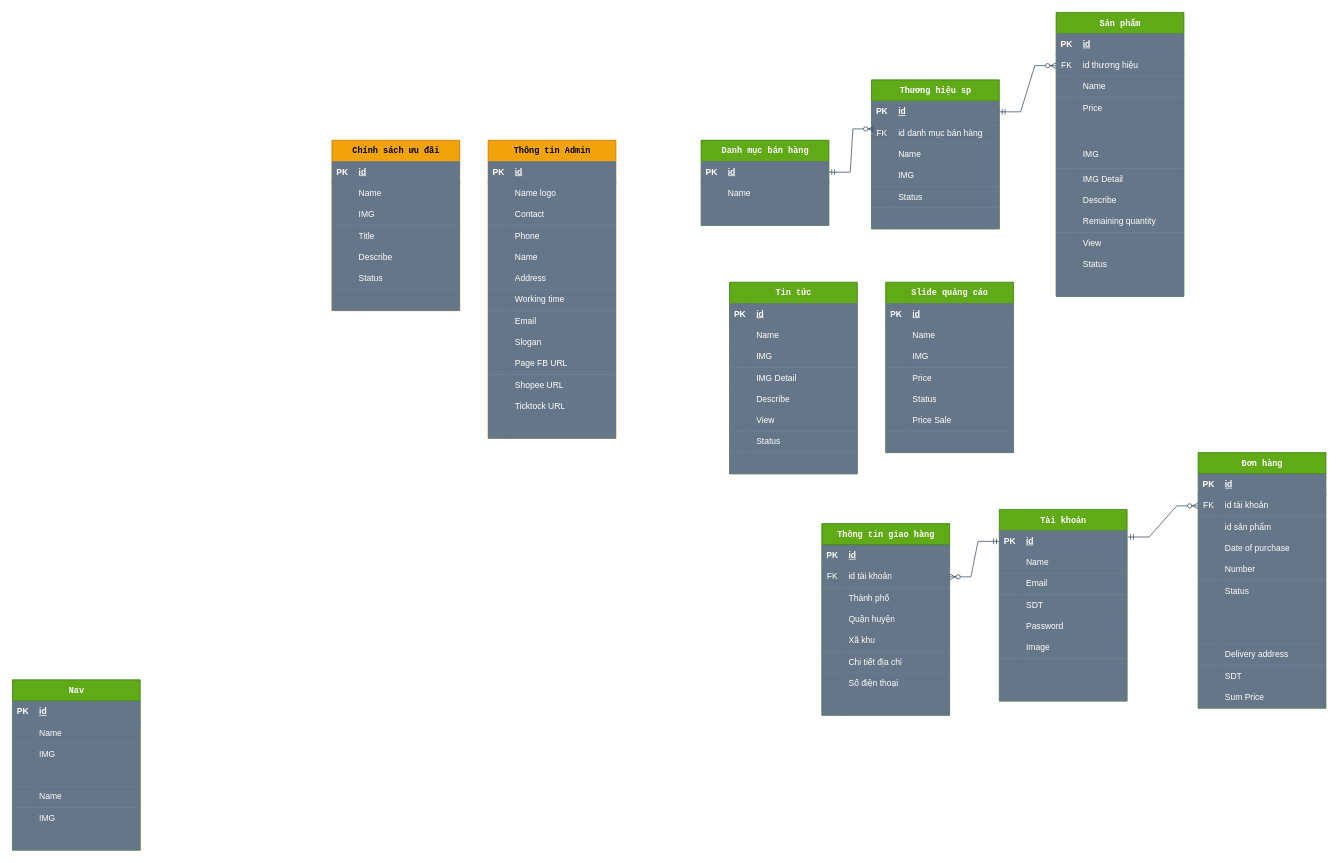
Before: ERD.drawio in Nguyenhuan197/ZMobile, a draw.io diagram. Source tidied: cells renumbered, new cells numbered last; positions are measured from the earlier drawing's top-left corner, leaving out a move shared by most shapes. Both pictures are drawn from the tidied source at 71%, with x=0, y=0 at pixel (12, 12).
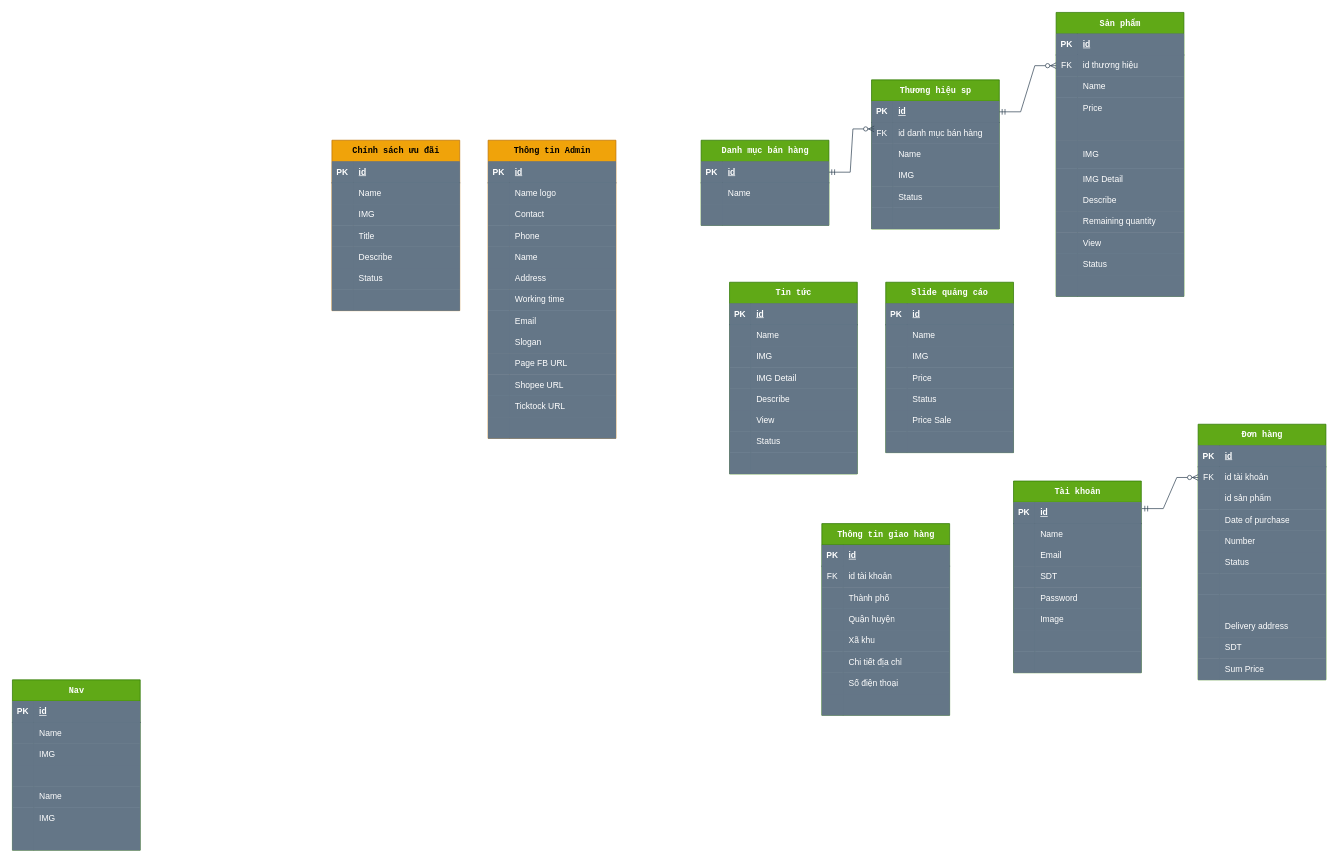
After the change.

The change refers to these unchanged cells:
```xml
<mxCell id="118" style="shape=tableRow;horizontal=0;startSize=0;swimlaneHead=0;swimlaneBody=0;fillColor=#647687;points=[[0,0.5],[1,0.5]];portConstraint=eastwest;top=0;left=0;right=0;bottom=1;strokeColor=#314354;fontColor=#ffffff;" parent="117" vertex="1">
  <mxGeometry y="30" width="180" height="30" as="geometry" />
</mxCell>
<mxCell id="265" style="shape=tableRow;horizontal=0;startSize=0;swimlaneHead=0;swimlaneBody=0;fillColor=#647687;points=[[0,0.5],[1,0.5]];portConstraint=eastwest;top=0;left=0;right=0;bottom=0;strokeColor=#314354;fontColor=#ffffff;" parent="261" vertex="1">
  <mxGeometry y="60" width="180" height="30" as="geometry" />
</mxCell>
```

The edit, as a diff of the source:
```diff
@@
     <mxCell id="117" value="&lt;font face=&quot;monospace&quot;&gt;Tài khoản&lt;/font&gt;" style="shape=table;startSize=30;childLayout=tableLayout;rowLines=0;fontStyle=1;align=center;html=1;fillColor=#60a917;strokeColor=#2D7600;fontColor=#ffffff;" parent="1" vertex="1">
-      <mxGeometry x="1390" y="700" width="180" height="270" as="geometry" />
+      <mxGeometry x="1410" y="660" width="180" height="270" as="geometry" />
     </mxCell>
@@
     <mxCell id="142" value="&lt;font face=&quot;monospace&quot;&gt;Đơn hàng&lt;/font&gt;" style="shape=table;startSize=30;childLayout=tableLayout;rowLines=0;fontStyle=1;align=center;html=1;fillColor=#60a917;strokeColor=#2D7600;fontColor=#ffffff;" parent="1" vertex="1">
-      <mxGeometry x="1670" y="620" width="180" height="360" as="geometry" />
+      <mxGeometry x="1670" y="580" width="180" height="360" as="geometry" />
     </mxCell>
@@
-    <mxCell id="286" style="edgeStyle=entityRelationEdgeStyle;fontSize=12;html=1;endArrow=ERzeroToMany;startArrow=ERmandOne;rounded=0;fillColor=#647687;strokeColor=#314354;" parent="1" edge="1" source="118" target="265">
-      <mxGeometry relative="1" as="geometry" />
-    </mxCell>
```
